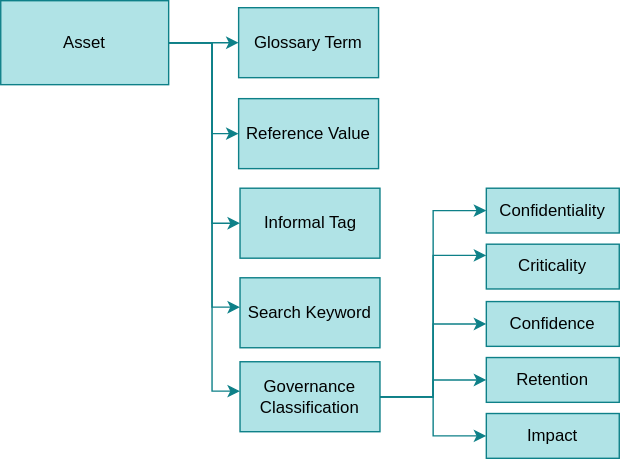
Earlier version of the draw.io export site/docs/patterns/metadata-manager/asset-classifiers.svg (odpi/egeria-docs). Source tidied: cells renumbered, new cells last; positions are measured from the earlier drawing's top-left corner, leaving out a move shared by most shapes.
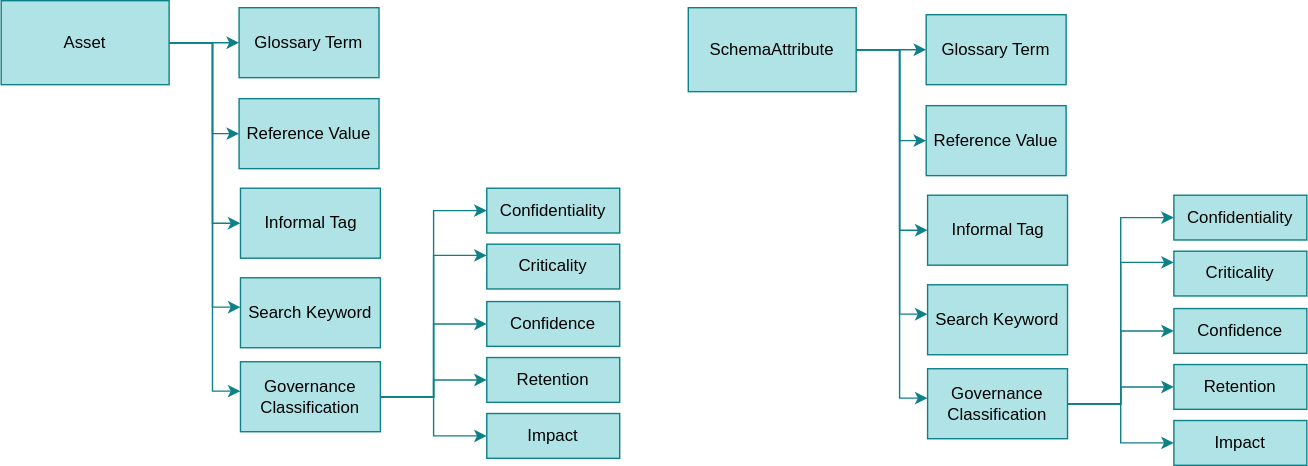
The same diagram one commit later.

Diff of the diagram source:
```diff
@@ -88,5 +88,91 @@
     <mxCell id="22" value="Confidence" style="rounded=0;whiteSpace=wrap;html=1;fillColor=#b0e3e6;strokeColor=#0e8088;" parent="1" vertex="1">
       <mxGeometry x="347" y="215" width="95" height="32" as="geometry" />
     </mxCell>
+    <mxCell id="23" value="Glossary Term" style="rounded=0;whiteSpace=wrap;html=1;fillColor=#b0e3e6;strokeColor=#0e8088;" parent="1" vertex="1">
+      <mxGeometry x="661" y="10" width="100" height="50" as="geometry" />
+    </mxCell>
+    <mxCell id="24" style="edgeStyle=orthogonalEdgeStyle;rounded=0;jettySize=auto;html=1;fillColor=#b0e3e6;strokeColor=#0e8088;" parent="1" edge="1" source="25" target="23">
+      <mxGeometry relative="1" as="geometry" />
+    </mxCell>
+    <mxCell id="25" value="SchemaAttribute" style="rounded=0;whiteSpace=wrap;html=1;fillColor=#b0e3e6;strokeColor=#0e8088;" parent="1" vertex="1">
+      <mxGeometry x="491" y="5" width="120" height="60" as="geometry" />
+    </mxCell>
+    <mxCell id="26" value="Reference Value" style="rounded=0;whiteSpace=wrap;html=1;fillColor=#b0e3e6;strokeColor=#0e8088;" parent="1" vertex="1">
+      <mxGeometry x="661" y="75" width="100" height="50" as="geometry" />
+    </mxCell>
+    <mxCell id="27" style="edgeStyle=orthogonalEdgeStyle;rounded=0;jettySize=auto;html=1;fillColor=#b0e3e6;strokeColor=#0e8088;exitX=1;exitY=0.5;exitDx=0;exitDy=0;" parent="1" edge="1" source="25" target="26">
+      <mxGeometry relative="1" as="geometry">
+        <Array as="points">
+          <mxPoint x="642" y="35" />
+          <mxPoint x="642" y="100" />
+        </Array>
+      </mxGeometry>
+    </mxCell>
+    <mxCell id="28" value="Informal Tag" style="rounded=0;html=1;fillColor=#b0e3e6;strokeColor=#0e8088;" parent="1" vertex="1">
+      <mxGeometry x="662" y="139" width="100" height="50" as="geometry" />
+    </mxCell>
+    <mxCell id="29" style="edgeStyle=orthogonalEdgeStyle;rounded=0;jettySize=auto;html=1;fillColor=#b0e3e6;strokeColor=#0e8088;exitX=1;exitY=0.5;exitDx=0;exitDy=0;" parent="1" edge="1" source="25">
+      <mxGeometry relative="1" as="geometry">
+        <mxPoint x="662" y="164" as="targetPoint" />
+        <Array as="points">
+          <mxPoint x="642" y="35" />
+          <mxPoint x="642" y="164" />
+        </Array>
+      </mxGeometry>
+    </mxCell>
+    <mxCell id="30" value="Search Keyword" style="rounded=0;whiteSpace=wrap;html=1;fillColor=#b0e3e6;strokeColor=#0e8088;" parent="1" vertex="1">
+      <mxGeometry x="662" y="203" width="100" height="50" as="geometry" />
+    </mxCell>
+    <mxCell id="31" style="edgeStyle=orthogonalEdgeStyle;rounded=0;jettySize=auto;html=1;fillColor=#b0e3e6;strokeColor=#0e8088;exitX=1;exitY=0.5;exitDx=0;exitDy=0;" parent="1" edge="1" source="25">
+      <mxGeometry relative="1" as="geometry">
+        <mxPoint x="662" y="224" as="targetPoint" />
+        <Array as="points">
+          <mxPoint x="642" y="35" />
+          <mxPoint x="642" y="224" />
+        </Array>
+      </mxGeometry>
+    </mxCell>
+    <mxCell id="32" style="edgeStyle=orthogonalEdgeStyle;rounded=0;jettySize=auto;html=1;entryX=0;entryY=0.5;entryDx=0;entryDy=0;fillColor=#b0e3e6;strokeColor=#0e8088;" parent="1" edge="1" source="37" target="39">
+      <mxGeometry relative="1" as="geometry" />
+    </mxCell>
+    <mxCell id="33" style="edgeStyle=orthogonalEdgeStyle;rounded=0;jettySize=auto;html=1;entryX=0;entryY=0.25;entryDx=0;entryDy=0;fillColor=#b0e3e6;strokeColor=#0e8088;" parent="1" edge="1" source="37" target="40">
+      <mxGeometry relative="1" as="geometry" />
+    </mxCell>
+    <mxCell id="34" style="edgeStyle=orthogonalEdgeStyle;rounded=0;jettySize=auto;html=1;fillColor=#b0e3e6;strokeColor=#0e8088;" parent="1" edge="1" source="37" target="42">
+      <mxGeometry relative="1" as="geometry" />
+    </mxCell>
+    <mxCell id="35" style="edgeStyle=orthogonalEdgeStyle;rounded=0;jettySize=auto;html=1;entryX=0;entryY=0.5;entryDx=0;entryDy=0;fillColor=#b0e3e6;strokeColor=#0e8088;" parent="1" edge="1" source="37" target="41">
+      <mxGeometry relative="1" as="geometry" />
+    </mxCell>
+    <mxCell id="36" style="edgeStyle=orthogonalEdgeStyle;rounded=0;jettySize=auto;html=1;entryX=0;entryY=0.5;entryDx=0;entryDy=0;fillColor=#b0e3e6;strokeColor=#0e8088;" parent="1" edge="1" source="37" target="43">
+      <mxGeometry relative="1" as="geometry" />
+    </mxCell>
+    <mxCell id="37" value="Governance&lt;br&gt;Classification" style="rounded=0;whiteSpace=wrap;html=1;fillColor=#b0e3e6;strokeColor=#0e8088;" parent="1" vertex="1">
+      <mxGeometry x="662" y="263" width="100" height="50" as="geometry" />
+    </mxCell>
+    <mxCell id="38" style="edgeStyle=orthogonalEdgeStyle;rounded=0;jettySize=auto;html=1;fillColor=#b0e3e6;strokeColor=#0e8088;exitX=1;exitY=0.5;exitDx=0;exitDy=0;" parent="1" edge="1" source="25">
+      <mxGeometry relative="1" as="geometry">
+        <mxPoint x="662" y="284" as="targetPoint" />
+        <Array as="points">
+          <mxPoint x="642" y="35" />
+          <mxPoint x="642" y="284" />
+        </Array>
+      </mxGeometry>
+    </mxCell>
+    <mxCell id="39" value="Confidentiality" style="rounded=0;whiteSpace=wrap;html=1;fillColor=#b0e3e6;strokeColor=#0e8088;" parent="1" vertex="1">
+      <mxGeometry x="838" y="139" width="95" height="32" as="geometry" />
+    </mxCell>
+    <mxCell id="40" value="Criticality" style="rounded=0;whiteSpace=wrap;html=1;fillColor=#b0e3e6;strokeColor=#0e8088;" parent="1" vertex="1">
+      <mxGeometry x="838" y="179" width="95" height="32" as="geometry" />
+    </mxCell>
+    <mxCell id="41" value="Impact" style="rounded=0;whiteSpace=wrap;html=1;fillColor=#b0e3e6;strokeColor=#0e8088;" parent="1" vertex="1">
+      <mxGeometry x="838" y="300" width="95" height="32" as="geometry" />
+    </mxCell>
+    <mxCell id="42" value="Retention" style="rounded=0;whiteSpace=wrap;html=1;fillColor=#b0e3e6;strokeColor=#0e8088;" parent="1" vertex="1">
+      <mxGeometry x="838" y="260" width="95" height="32" as="geometry" />
+    </mxCell>
+    <mxCell id="43" value="Confidence" style="rounded=0;whiteSpace=wrap;html=1;fillColor=#b0e3e6;strokeColor=#0e8088;" parent="1" vertex="1">
+      <mxGeometry x="838" y="220" width="95" height="32" as="geometry" />
+    </mxCell>
   </root>
 </mxGraphModel>
```
